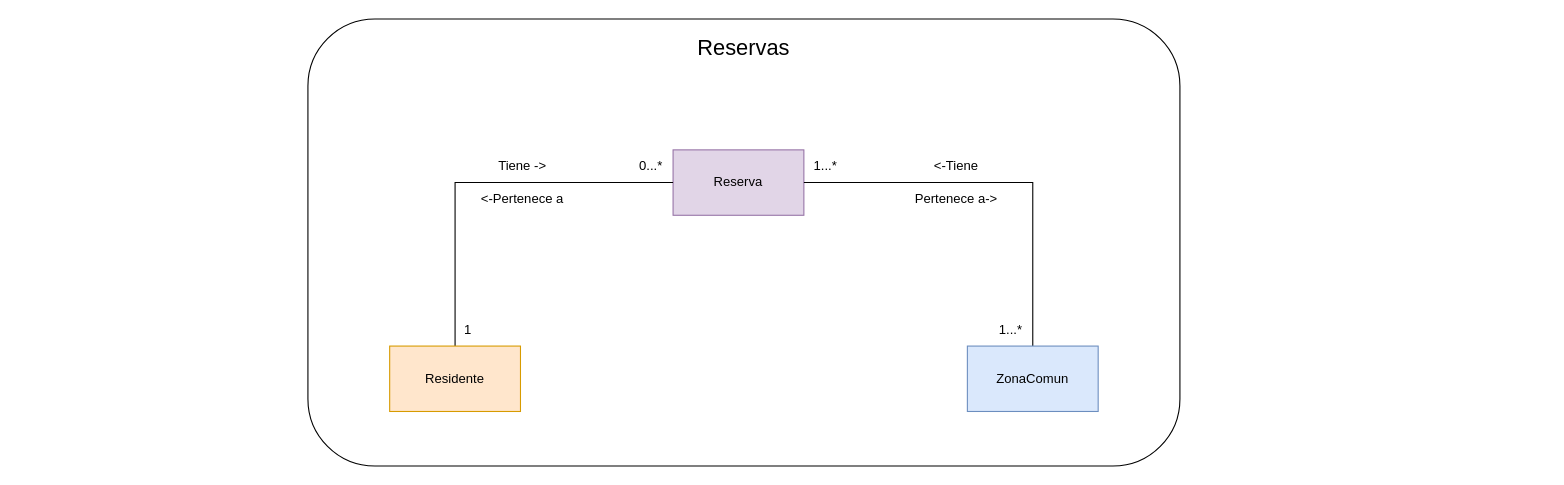
Before: page "Reservas" (6 of 6) of Doo-Doc/Seccion # 6/ModelosDrawVICTUSResidencias.drawio in JZuluf/victus-doc, a draw.io diagram. Source tidied: cells renumbered, new cells numbered last; positions are measured from the earlier drawing's top-left corner, leaving out a move shared by most shapes. Both pictures are drawn from the tidied source at 109%, with x=0, y=0 at pixel (307, 19).
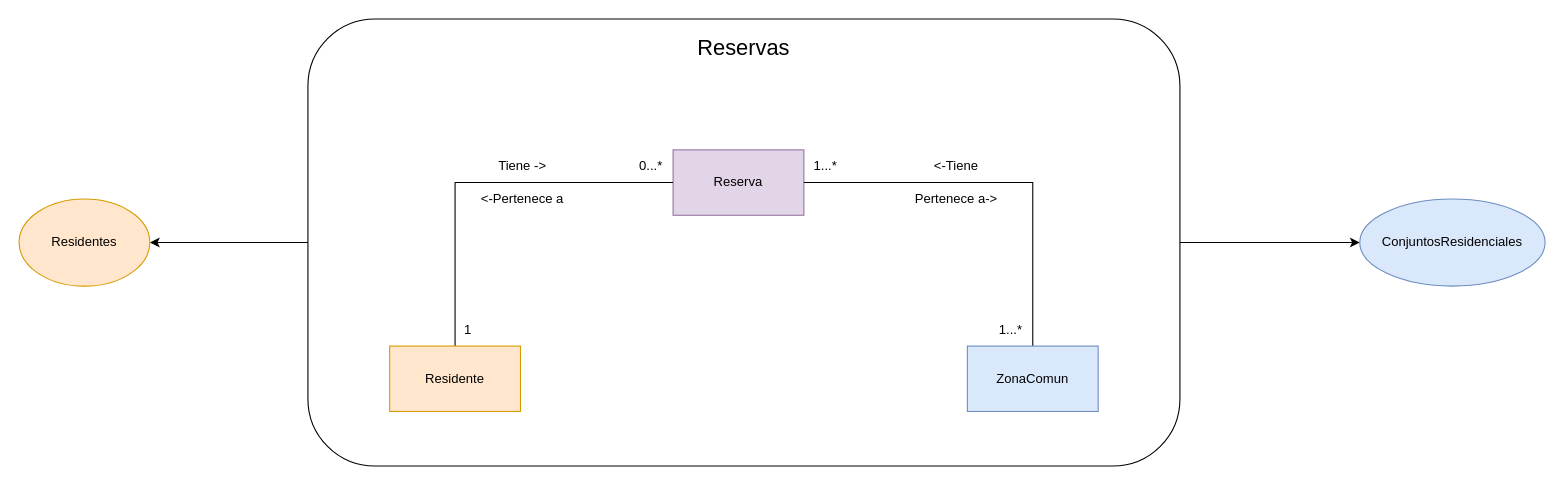
Above is the later version.

The change refers to these unchanged cells:
```xml
<mxCell id="2" style="rounded=1;whiteSpace=wrap;html=1;" parent="1" vertex="1">
  <mxGeometry width="800" height="410" as="geometry" />
</mxCell>
```

Diff of the diagram source:
```diff
@@
+    <mxCell id="17" style="edgeStyle=orthogonalEdgeStyle;rounded=0;jettySize=auto;html=1;" parent="1" edge="1" source="2" target="20">
+      <mxGeometry relative="1" as="geometry" />
+    </mxCell>
+    <mxCell id="18" style="edgeStyle=orthogonalEdgeStyle;rounded=0;jettySize=auto;html=1;" parent="1" edge="1" source="2" target="19">
+      <mxGeometry relative="1" as="geometry" />
+    </mxCell>
@@
+    <mxCell id="19" value="ConjuntosResidenciales" style="ellipse;whiteSpace=wrap;html=1;fillColor=#dae8fc;strokeColor=#6c8ebf;" parent="1" vertex="1">
+      <mxGeometry x="965" y="165" width="170" height="80" as="geometry" />
+    </mxCell>
+    <mxCell id="20" value="Residentes" style="ellipse;whiteSpace=wrap;html=1;fillColor=#ffe6cc;strokeColor=#d79b00;" parent="1" vertex="1">
+      <mxGeometry x="-265" y="165" width="120" height="80" as="geometry" />
+    </mxCell>
```
